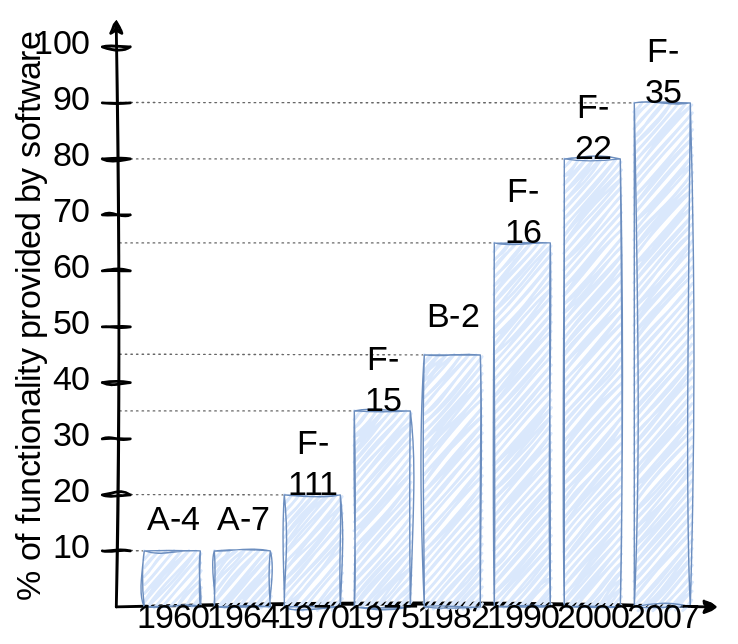
Earlier version of the draw.io export lectures/figures/increasing_functionality_by_software.drawio.svg (pintergreg/software-engineering). Source tidied: cells renumbered, new cells last; positions are measured from the earlier drawing's top-left corner, leaving out a move shared by most shapes.
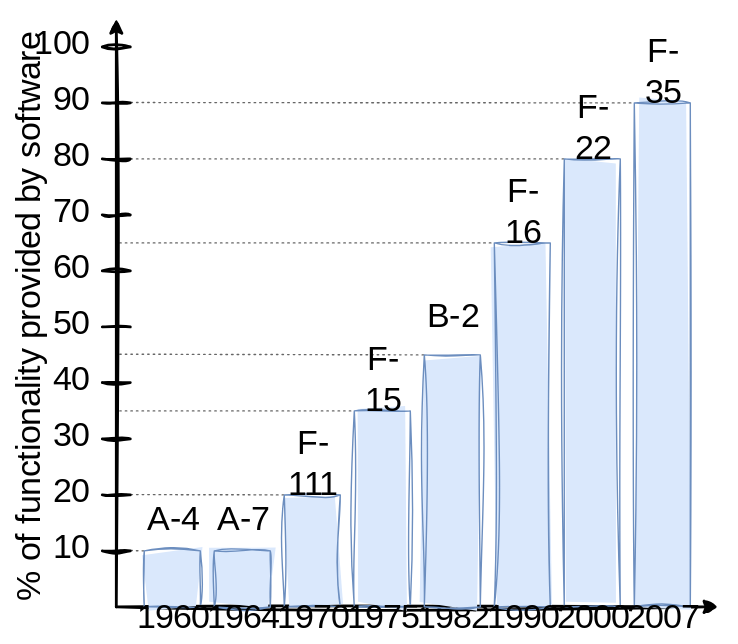
Later version of the same file.

Change to the diagram source:
```diff
@@ -2,134 +2,134 @@
   <root>
     <mxCell id="0" />
     <mxCell id="1" parent="0" />
-    <mxCell id="2" style="endArrow=none;dashed=1;html=1;dashPattern=1 3;strokeWidth=1;rounded=0;sketch=1;curveFitting=1;jiggle=0;fillColor=#f5f5f5;strokeColor=#666666;entryX=0;entryY=0;entryDx=0;entryDy=0;" parent="1" edge="1" target="12">
-      <mxGeometry relative="1" as="geometry">
-        <mxPoint x="270" y="339.8" as="sourcePoint" />
-      </mxGeometry>
-    </mxCell>
-    <mxCell id="3" style="endArrow=none;dashed=1;html=1;dashPattern=1 3;strokeWidth=1;rounded=0;sketch=1;curveFitting=1;jiggle=0;fillColor=#f5f5f5;strokeColor=#666666;entryX=0;entryY=0;entryDx=0;entryDy=0;" parent="1" edge="1" target="10">
-      <mxGeometry relative="1" as="geometry">
-        <mxPoint x="270" y="379.5" as="sourcePoint" />
-      </mxGeometry>
-    </mxCell>
-    <mxCell id="4" style="endArrow=none;dashed=1;html=1;dashPattern=1 3;strokeWidth=1;rounded=0;sketch=1;curveFitting=1;jiggle=0;fillColor=#f5f5f5;strokeColor=#666666;entryX=0;entryY=0;entryDx=0;entryDy=0;" parent="1" edge="1" target="13">
-      <mxGeometry relative="1" as="geometry">
-        <mxPoint x="270" y="280" as="sourcePoint" />
-      </mxGeometry>
-    </mxCell>
-    <mxCell id="5" style="endArrow=none;dashed=1;html=1;dashPattern=1 3;strokeWidth=1;rounded=0;sketch=1;curveFitting=1;jiggle=0;fillColor=#f5f5f5;strokeColor=#666666;entryX=0;entryY=0;entryDx=0;entryDy=0;" parent="1" edge="1" target="14">
-      <mxGeometry relative="1" as="geometry">
-        <mxPoint x="270" y="160" as="sourcePoint" />
-      </mxGeometry>
-    </mxCell>
-    <mxCell id="6" style="endArrow=none;dashed=1;html=1;dashPattern=1 3;strokeWidth=1;rounded=0;sketch=1;curveFitting=1;jiggle=0;fillColor=#f5f5f5;strokeColor=#666666;entryX=0;entryY=0;entryDx=0;entryDy=0;" parent="1" edge="1" target="54">
-      <mxGeometry relative="1" as="geometry">
-        <mxPoint x="270" y="239.5" as="sourcePoint" />
-      </mxGeometry>
-    </mxCell>
-    <mxCell id="7" style="endArrow=none;dashed=1;html=1;dashPattern=1 3;strokeWidth=1;rounded=0;sketch=1;curveFitting=1;jiggle=0;fillColor=#f5f5f5;strokeColor=#666666;entryX=0;entryY=0;entryDx=0;entryDy=0;" parent="1" edge="1" target="15">
-      <mxGeometry relative="1" as="geometry">
-        <mxPoint x="270" y="100" as="sourcePoint" />
-      </mxGeometry>
-    </mxCell>
-    <mxCell id="8" style="endArrow=none;dashed=1;html=1;dashPattern=1 3;strokeWidth=1;rounded=0;sketch=1;curveFitting=1;jiggle=0;fillColor=#f5f5f5;strokeColor=#666666;entryX=0;entryY=0;entryDx=0;entryDy=0;" parent="1" edge="1" target="16">
-      <mxGeometry relative="1" as="geometry">
-        <mxPoint x="270" y="59.8" as="sourcePoint" />
-      </mxGeometry>
-    </mxCell>
-    <mxCell id="9" style="endArrow=classic;html=1;rounded=0;strokeWidth=2;sketch=1;curveFitting=1;jiggle=2;" parent="1" edge="1">
-      <mxGeometry relative="1" as="geometry">
-        <mxPoint x="267.5" y="420" as="sourcePoint" />
-        <mxPoint x="697.5" y="420" as="targetPoint" />
-      </mxGeometry>
-    </mxCell>
-    <mxCell id="10" style="rounded=0;whiteSpace=wrap;html=1;fillColor=#dae8fc;strokeColor=#6c8ebf;sketch=1;curveFitting=1;jiggle=2;fillWeight=2;" parent="1" vertex="1">
-      <mxGeometry x="287.5" y="380" width="40" height="40" as="geometry" />
-    </mxCell>
-    <mxCell id="11" style="rounded=0;whiteSpace=wrap;html=1;fillColor=#dae8fc;strokeColor=#6c8ebf;sketch=1;curveFitting=1;jiggle=2;fillWeight=2;" parent="1" vertex="1">
-      <mxGeometry x="337.5" y="380" width="40" height="40" as="geometry" />
-    </mxCell>
-    <mxCell id="12" style="rounded=0;whiteSpace=wrap;html=1;fillColor=#dae8fc;strokeColor=#6c8ebf;sketch=1;curveFitting=1;jiggle=2;fillWeight=2;" parent="1" vertex="1">
-      <mxGeometry x="387.5" y="340" width="40" height="80" as="geometry" />
-    </mxCell>
-    <mxCell id="13" style="rounded=0;whiteSpace=wrap;html=1;fillColor=#dae8fc;strokeColor=#6c8ebf;sketch=1;curveFitting=1;jiggle=2;fillWeight=2;" parent="1" vertex="1">
-      <mxGeometry x="437.5" y="280" width="40" height="140" as="geometry" />
-    </mxCell>
-    <mxCell id="14" style="rounded=0;whiteSpace=wrap;html=1;fillColor=#dae8fc;strokeColor=#6c8ebf;sketch=1;curveFitting=1;jiggle=2;fillWeight=2;" parent="1" vertex="1">
-      <mxGeometry x="537.5" y="160" width="40" height="260" as="geometry" />
-    </mxCell>
-    <mxCell id="15" style="rounded=0;whiteSpace=wrap;html=1;fillColor=#dae8fc;strokeColor=#6c8ebf;sketch=1;curveFitting=1;jiggle=2;fillWeight=2;" parent="1" vertex="1">
-      <mxGeometry x="587.5" y="100" width="40" height="320" as="geometry" />
-    </mxCell>
-    <mxCell id="16" style="rounded=0;whiteSpace=wrap;html=1;fillColor=#dae8fc;strokeColor=#6c8ebf;sketch=1;curveFitting=1;jiggle=2;fillWeight=2;" parent="1" vertex="1">
-      <mxGeometry x="637.5" y="60" width="40" height="360" as="geometry" />
-    </mxCell>
-    <mxCell id="17" style="endArrow=classic;html=1;rounded=0;strokeWidth=2;sketch=1;curveFitting=1;jiggle=2;" parent="1" edge="1">
-      <mxGeometry relative="1" as="geometry">
-        <mxPoint x="267.5" y="420" as="sourcePoint" />
-        <mxPoint x="267.5" as="targetPoint" />
-      </mxGeometry>
-    </mxCell>
-    <mxCell id="18" style="endArrow=none;html=1;rounded=0;strokeWidth=2;sketch=1;curveFitting=1;jiggle=2;" parent="1" edge="1">
-      <mxGeometry relative="1" as="geometry">
-        <mxPoint x="257.5" y="380" as="sourcePoint" />
-        <mxPoint x="277.5" y="380" as="targetPoint" />
-      </mxGeometry>
-    </mxCell>
-    <mxCell id="19" style="endArrow=none;html=1;rounded=0;strokeWidth=2;sketch=1;curveFitting=1;jiggle=2;" parent="1" edge="1">
-      <mxGeometry relative="1" as="geometry">
-        <mxPoint x="257.5" y="340" as="sourcePoint" />
-        <mxPoint x="277.5" y="340" as="targetPoint" />
-      </mxGeometry>
-    </mxCell>
-    <mxCell id="20" style="endArrow=none;html=1;rounded=0;strokeWidth=2;sketch=1;curveFitting=1;jiggle=2;" parent="1" edge="1">
-      <mxGeometry relative="1" as="geometry">
-        <mxPoint x="257.5" y="300" as="sourcePoint" />
-        <mxPoint x="277.5" y="300" as="targetPoint" />
-      </mxGeometry>
-    </mxCell>
-    <mxCell id="21" style="endArrow=none;html=1;rounded=0;strokeWidth=2;sketch=1;curveFitting=1;jiggle=2;" parent="1" edge="1">
-      <mxGeometry relative="1" as="geometry">
-        <mxPoint x="257.5" y="259.8" as="sourcePoint" />
-        <mxPoint x="277.5" y="259.8" as="targetPoint" />
-      </mxGeometry>
-    </mxCell>
-    <mxCell id="22" style="endArrow=none;html=1;rounded=0;strokeWidth=2;sketch=1;curveFitting=1;jiggle=2;" parent="1" edge="1">
-      <mxGeometry relative="1" as="geometry">
-        <mxPoint x="257.5" y="220" as="sourcePoint" />
-        <mxPoint x="277.5" y="220" as="targetPoint" />
-      </mxGeometry>
-    </mxCell>
-    <mxCell id="23" style="endArrow=none;html=1;rounded=0;strokeWidth=2;sketch=1;curveFitting=1;jiggle=2;" parent="1" edge="1">
-      <mxGeometry relative="1" as="geometry">
-        <mxPoint x="257.5" y="180" as="sourcePoint" />
-        <mxPoint x="277.5" y="180" as="targetPoint" />
-      </mxGeometry>
-    </mxCell>
-    <mxCell id="24" style="endArrow=none;html=1;rounded=0;strokeWidth=2;sketch=1;curveFitting=1;jiggle=2;" parent="1" edge="1">
-      <mxGeometry relative="1" as="geometry">
-        <mxPoint x="257.5" y="140" as="sourcePoint" />
-        <mxPoint x="277.5" y="140" as="targetPoint" />
-      </mxGeometry>
-    </mxCell>
-    <mxCell id="25" style="endArrow=none;html=1;rounded=0;strokeWidth=2;sketch=1;curveFitting=1;jiggle=2;" parent="1" edge="1">
-      <mxGeometry relative="1" as="geometry">
-        <mxPoint x="257.5" y="100" as="sourcePoint" />
-        <mxPoint x="277.5" y="100" as="targetPoint" />
-      </mxGeometry>
-    </mxCell>
-    <mxCell id="26" style="endArrow=none;html=1;rounded=0;strokeWidth=2;sketch=1;curveFitting=1;jiggle=2;" parent="1" edge="1">
-      <mxGeometry relative="1" as="geometry">
-        <mxPoint x="257.5" y="60" as="sourcePoint" />
-        <mxPoint x="277.5" y="60" as="targetPoint" />
-      </mxGeometry>
-    </mxCell>
-    <mxCell id="27" style="endArrow=none;html=1;rounded=0;strokeWidth=2;sketch=1;curveFitting=1;jiggle=2;" parent="1" edge="1">
-      <mxGeometry relative="1" as="geometry">
-        <mxPoint x="257.5" y="20" as="sourcePoint" />
-        <mxPoint x="277.5" y="20" as="targetPoint" />
-      </mxGeometry>
-    </mxCell>
+    <mxCell id="56" style="endArrow=none;dashed=1;html=1;dashPattern=1 3;strokeWidth=1;rounded=0;sketch=1;curveFitting=1;jiggle=0;fillColor=#f5f5f5;strokeColor=#666666;entryX=0;entryY=0;entryDx=0;entryDy=0;" parent="1" edge="1" target="66">
+      <mxGeometry relative="1" as="geometry">
+        <mxPoint x="270" y="339.8" as="sourcePoint" />
+      </mxGeometry>
+    </mxCell>
+    <mxCell id="57" style="endArrow=none;dashed=1;html=1;dashPattern=1 3;strokeWidth=1;rounded=0;sketch=1;curveFitting=1;jiggle=0;fillColor=#f5f5f5;strokeColor=#666666;entryX=0;entryY=0;entryDx=0;entryDy=0;" parent="1" edge="1" target="64">
+      <mxGeometry relative="1" as="geometry">
+        <mxPoint x="270" y="379.5" as="sourcePoint" />
+      </mxGeometry>
+    </mxCell>
+    <mxCell id="58" style="endArrow=none;dashed=1;html=1;dashPattern=1 3;strokeWidth=1;rounded=0;sketch=1;curveFitting=1;jiggle=0;fillColor=#f5f5f5;strokeColor=#666666;entryX=0;entryY=0;entryDx=0;entryDy=0;" parent="1" edge="1" target="67">
+      <mxGeometry relative="1" as="geometry">
+        <mxPoint x="270" y="280" as="sourcePoint" />
+      </mxGeometry>
+    </mxCell>
+    <mxCell id="59" style="endArrow=none;dashed=1;html=1;dashPattern=1 3;strokeWidth=1;rounded=0;sketch=1;curveFitting=1;jiggle=0;fillColor=#f5f5f5;strokeColor=#666666;entryX=0;entryY=0;entryDx=0;entryDy=0;" parent="1" edge="1" target="68">
+      <mxGeometry relative="1" as="geometry">
+        <mxPoint x="270" y="160" as="sourcePoint" />
+      </mxGeometry>
+    </mxCell>
+    <mxCell id="60" style="endArrow=none;dashed=1;html=1;dashPattern=1 3;strokeWidth=1;rounded=0;sketch=1;curveFitting=1;jiggle=0;fillColor=#f5f5f5;strokeColor=#666666;entryX=0;entryY=0;entryDx=0;entryDy=0;" parent="1" edge="1" target="82">
+      <mxGeometry relative="1" as="geometry">
+        <mxPoint x="270" y="239.5" as="sourcePoint" />
+      </mxGeometry>
+    </mxCell>
+    <mxCell id="61" style="endArrow=none;dashed=1;html=1;dashPattern=1 3;strokeWidth=1;rounded=0;sketch=1;curveFitting=1;jiggle=0;fillColor=#f5f5f5;strokeColor=#666666;entryX=0;entryY=0;entryDx=0;entryDy=0;" parent="1" edge="1" target="69">
+      <mxGeometry relative="1" as="geometry">
+        <mxPoint x="270" y="100" as="sourcePoint" />
+      </mxGeometry>
+    </mxCell>
+    <mxCell id="62" style="endArrow=none;dashed=1;html=1;dashPattern=1 3;strokeWidth=1;rounded=0;sketch=1;curveFitting=1;jiggle=0;fillColor=#f5f5f5;strokeColor=#666666;entryX=0;entryY=0;entryDx=0;entryDy=0;" parent="1" edge="1" target="70">
+      <mxGeometry relative="1" as="geometry">
+        <mxPoint x="270" y="59.8" as="sourcePoint" />
+      </mxGeometry>
+    </mxCell>
+    <mxCell id="63" style="endArrow=classic;html=1;rounded=0;strokeWidth=2;sketch=1;curveFitting=1;jiggle=2;" parent="1" edge="1">
+      <mxGeometry relative="1" as="geometry">
+        <mxPoint x="267.5" y="420" as="sourcePoint" />
+        <mxPoint x="697.5" y="420" as="targetPoint" />
+      </mxGeometry>
+    </mxCell>
+    <mxCell id="64" style="rounded=0;whiteSpace=wrap;html=1;fillColor=#dae8fc;strokeColor=#6c8ebf;sketch=1;curveFitting=1;jiggle=2;fillWeight=2;fillStyle=solid;" parent="1" vertex="1">
+      <mxGeometry x="287.5" y="380" width="40" height="40" as="geometry" />
+    </mxCell>
+    <mxCell id="65" style="rounded=0;whiteSpace=wrap;html=1;fillColor=#dae8fc;strokeColor=#6c8ebf;sketch=1;curveFitting=1;jiggle=2;fillWeight=2;fillStyle=solid;" parent="1" vertex="1">
+      <mxGeometry x="337.5" y="380" width="40" height="40" as="geometry" />
+    </mxCell>
+    <mxCell id="66" style="rounded=0;whiteSpace=wrap;html=1;fillColor=#dae8fc;strokeColor=#6c8ebf;sketch=1;curveFitting=1;jiggle=2;fillWeight=2;fillStyle=solid;" parent="1" vertex="1">
+      <mxGeometry x="387.5" y="340" width="40" height="80" as="geometry" />
+    </mxCell>
+    <mxCell id="67" style="rounded=0;whiteSpace=wrap;html=1;fillColor=#dae8fc;strokeColor=#6c8ebf;sketch=1;curveFitting=1;jiggle=2;fillWeight=2;fillStyle=solid;" parent="1" vertex="1">
+      <mxGeometry x="437.5" y="280" width="40" height="140" as="geometry" />
+    </mxCell>
+    <mxCell id="68" style="rounded=0;whiteSpace=wrap;html=1;fillColor=#dae8fc;strokeColor=#6c8ebf;sketch=1;curveFitting=1;jiggle=2;fillWeight=2;fillStyle=solid;" parent="1" vertex="1">
+      <mxGeometry x="537.5" y="160" width="40" height="260" as="geometry" />
+    </mxCell>
+    <mxCell id="69" style="rounded=0;whiteSpace=wrap;html=1;fillColor=#dae8fc;strokeColor=#6c8ebf;sketch=1;curveFitting=1;jiggle=2;fillWeight=2;fillStyle=solid;" parent="1" vertex="1">
+      <mxGeometry x="587.5" y="100" width="40" height="320" as="geometry" />
+    </mxCell>
+    <mxCell id="70" style="rounded=0;whiteSpace=wrap;html=1;fillColor=#dae8fc;strokeColor=#6c8ebf;sketch=1;curveFitting=1;jiggle=2;fillWeight=2;fillStyle=solid;" parent="1" vertex="1">
+      <mxGeometry x="637.5" y="60" width="40" height="360" as="geometry" />
+    </mxCell>
+    <mxCell id="71" style="endArrow=classic;html=1;rounded=0;strokeWidth=2;sketch=1;curveFitting=1;jiggle=2;" parent="1" edge="1">
+      <mxGeometry relative="1" as="geometry">
+        <mxPoint x="267.5" y="420" as="sourcePoint" />
+        <mxPoint x="267.5" as="targetPoint" />
+      </mxGeometry>
+    </mxCell>
+    <mxCell id="72" style="endArrow=none;html=1;rounded=0;strokeWidth=2;sketch=1;curveFitting=1;jiggle=2;" parent="1" edge="1">
+      <mxGeometry relative="1" as="geometry">
+        <mxPoint x="257.5" y="380" as="sourcePoint" />
+        <mxPoint x="277.5" y="380" as="targetPoint" />
+      </mxGeometry>
+    </mxCell>
+    <mxCell id="73" style="endArrow=none;html=1;rounded=0;strokeWidth=2;sketch=1;curveFitting=1;jiggle=2;" parent="1" edge="1">
+      <mxGeometry relative="1" as="geometry">
+        <mxPoint x="257.5" y="340" as="sourcePoint" />
+        <mxPoint x="277.5" y="340" as="targetPoint" />
+      </mxGeometry>
+    </mxCell>
+    <mxCell id="74" style="endArrow=none;html=1;rounded=0;strokeWidth=2;sketch=1;curveFitting=1;jiggle=2;" parent="1" edge="1">
+      <mxGeometry relative="1" as="geometry">
+        <mxPoint x="257.5" y="300" as="sourcePoint" />
+        <mxPoint x="277.5" y="300" as="targetPoint" />
+      </mxGeometry>
+    </mxCell>
+    <mxCell id="75" style="endArrow=none;html=1;rounded=0;strokeWidth=2;sketch=1;curveFitting=1;jiggle=2;" parent="1" edge="1">
+      <mxGeometry relative="1" as="geometry">
+        <mxPoint x="257.5" y="259.8" as="sourcePoint" />
+        <mxPoint x="277.5" y="259.8" as="targetPoint" />
+      </mxGeometry>
+    </mxCell>
+    <mxCell id="76" style="endArrow=none;html=1;rounded=0;strokeWidth=2;sketch=1;curveFitting=1;jiggle=2;" parent="1" edge="1">
+      <mxGeometry relative="1" as="geometry">
+        <mxPoint x="257.5" y="220" as="sourcePoint" />
+        <mxPoint x="277.5" y="220" as="targetPoint" />
+      </mxGeometry>
+    </mxCell>
+    <mxCell id="77" style="endArrow=none;html=1;rounded=0;strokeWidth=2;sketch=1;curveFitting=1;jiggle=2;" parent="1" edge="1">
+      <mxGeometry relative="1" as="geometry">
+        <mxPoint x="257.5" y="180" as="sourcePoint" />
+        <mxPoint x="277.5" y="180" as="targetPoint" />
+      </mxGeometry>
+    </mxCell>
+    <mxCell id="78" style="endArrow=none;html=1;rounded=0;strokeWidth=2;sketch=1;curveFitting=1;jiggle=2;" parent="1" edge="1">
+      <mxGeometry relative="1" as="geometry">
+        <mxPoint x="257.5" y="140" as="sourcePoint" />
+        <mxPoint x="277.5" y="140" as="targetPoint" />
+      </mxGeometry>
+    </mxCell>
+    <mxCell id="79" style="endArrow=none;html=1;rounded=0;strokeWidth=2;sketch=1;curveFitting=1;jiggle=2;" parent="1" edge="1">
+      <mxGeometry relative="1" as="geometry">
+        <mxPoint x="257.5" y="100" as="sourcePoint" />
+        <mxPoint x="277.5" y="100" as="targetPoint" />
+      </mxGeometry>
+    </mxCell>
+    <mxCell id="80" style="endArrow=none;html=1;rounded=0;strokeWidth=2;sketch=1;curveFitting=1;jiggle=2;" parent="1" edge="1">
+      <mxGeometry relative="1" as="geometry">
+        <mxPoint x="257.5" y="60" as="sourcePoint" />
+        <mxPoint x="277.5" y="60" as="targetPoint" />
+      </mxGeometry>
+    </mxCell>
+    <mxCell id="81" style="endArrow=none;html=1;rounded=0;strokeWidth=2;sketch=1;curveFitting=1;jiggle=2;" parent="1" edge="1">
+      <mxGeometry relative="1" as="geometry">
+        <mxPoint x="257.5" y="20" as="sourcePoint" />
+        <mxPoint x="277.5" y="20" as="targetPoint" />
+      </mxGeometry>
+    </mxCell>
     <mxCell id="28" value="90" style="text;html=1;align=right;verticalAlign=middle;whiteSpace=wrap;rounded=0;fontFamily=Delicious Handrawn;fontSource=https%3A%2F%2Ffonts.googleapis.com%2Fcss%3Ffamily%3DDelicious%2BHandrawn;fontSize=24;spacing=0;spacingBottom=6;" parent="1" vertex="1">
       <mxGeometry x="207.5" y="50" width="40" height="20" as="geometry" />
     </mxCell>
@@ -208,9 +208,9 @@
     <mxCell id="53" value="1982" style="text;html=1;align=center;verticalAlign=middle;whiteSpace=wrap;rounded=0;fontFamily=Delicious Handrawn;fontSource=https%3A%2F%2Ffonts.googleapis.com%2Fcss%3Ffamily%3DDelicious%2BHandrawn;fontSize=24;spacing=0;spacingBottom=6;" parent="1" vertex="1">
       <mxGeometry x="487.5" y="420" width="40" height="20" as="geometry" />
     </mxCell>
-    <mxCell id="54" style="rounded=0;whiteSpace=wrap;html=1;fillColor=#dae8fc;strokeColor=#6c8ebf;sketch=1;curveFitting=1;jiggle=2;fillWeight=2;" parent="1" vertex="1">
-      <mxGeometry x="487.5" y="240" width="40" height="180" as="geometry" />
-    </mxCell>
+    <mxCell id="82" style="rounded=0;whiteSpace=wrap;html=1;fillColor=#dae8fc;strokeColor=#6c8ebf;sketch=1;curveFitting=1;jiggle=2;fillWeight=2;fillStyle=solid;" parent="1" vertex="1">
+      <mxGeometry x="487.5" y="240" width="40" height="180" as="geometry" />
+    </mxCell>
     <mxCell id="55" value="% of functionality provided by software" style="text;html=1;align=center;verticalAlign=middle;whiteSpace=wrap;rounded=0;fontFamily=Delicious Handrawn;fontSource=https%3A%2F%2Ffonts.googleapis.com%2Fcss%3Ffamily%3DDelicious%2BHandrawn;fontSize=24;spacing=0;spacingBottom=6;rotation=270;" parent="1" vertex="1">
       <mxGeometry y="202.5" width="415" height="20" as="geometry" />
     </mxCell>
```
